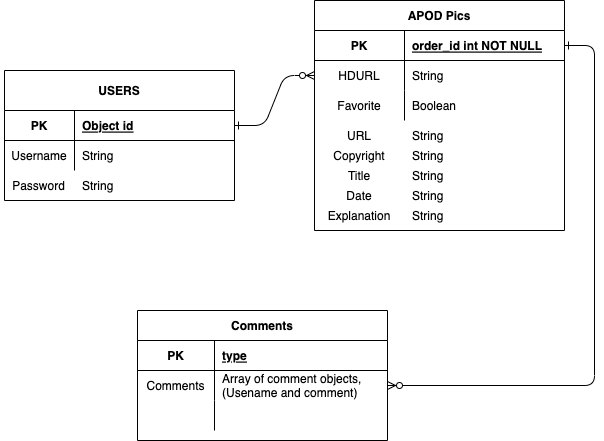
This is planning/ERD.png from nabbott98/spacr, a draw.io export, as it was before one commit. Source tidied: cells renumbered, new cells last; positions are measured from the earlier drawing's top-left corner, leaving out a move shared by most shapes.
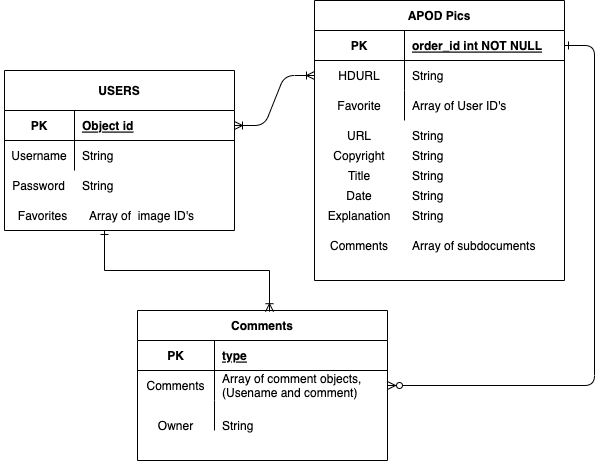
The same diagram one commit later.

What changed in the source:
```diff
@@ -2,14 +2,14 @@
   <root>
     <mxCell id="0" />
     <mxCell id="1" parent="0" />
-    <mxCell id="2" style="edgeStyle=entityRelationEdgeStyle;endArrow=ERzeroToMany;startArrow=ERone;endFill=1;startFill=0;" parent="1" edge="1" source="25" target="8">
+    <mxCell id="2" style="edgeStyle=entityRelationEdgeStyle;endArrow=ERoneToMany;startArrow=ERoneToMany;endFill=0;startFill=0;" parent="1" edge="1" source="25" target="8">
       <mxGeometry relative="1" as="geometry" />
     </mxCell>
     <mxCell id="3" style="edgeStyle=entityRelationEdgeStyle;endArrow=ERzeroToMany;startArrow=ERone;endFill=1;startFill=0;" parent="1" edge="1" source="5" target="18">
       <mxGeometry relative="1" as="geometry" />
     </mxCell>
     <mxCell id="4" value="APOD Pics" style="shape=table;startSize=30;rowLines=0;fontStyle=1;align=center;" parent="1" vertex="1">
-      <mxGeometry x="314" width="250" height="230" as="geometry" />
+      <mxGeometry x="314" width="250" height="280" as="geometry" />
     </mxCell>
     <mxCell id="5" style="shape=partialRectangle;fillColor=none;points=[[0,0.5],[1,0.5]];portConstraint=eastwest;top=0;left=0;right=0;bottom=1;" parent="4" vertex="1">
       <mxGeometry y="30" width="250" height="30" as="geometry" />
@@ -35,11 +35,11 @@
     <mxCell id="12" value="Favorite" style="shape=partialRectangle;overflow=hidden;fillColor=none;top=0;left=0;bottom=0;right=0;" parent="11" vertex="1">
       <mxGeometry width="90" height="30" as="geometry" />
     </mxCell>
-    <mxCell id="13" value="Boolean" style="shape=partialRectangle;overflow=hidden;fillColor=none;top=0;left=0;bottom=0;right=0;align=left;spacingLeft=6;" parent="11" vertex="1">
+    <mxCell id="13" value="Array of User ID's" style="shape=partialRectangle;overflow=hidden;fillColor=none;top=0;left=0;bottom=0;right=0;align=left;spacingLeft=6;" parent="11" vertex="1">
       <mxGeometry x="90" width="160" height="30" as="geometry" />
     </mxCell>
     <mxCell id="14" value="Comments" style="shape=table;startSize=30;rowLines=0;fontStyle=1;align=center;" parent="1" vertex="1">
-      <mxGeometry x="137" y="310" width="250" height="130" as="geometry" />
+      <mxGeometry x="137" y="310" width="250" height="150" as="geometry" />
     </mxCell>
     <mxCell id="15" style="shape=partialRectangle;fillColor=none;top=0;left=0;right=0;bottom=1;" parent="14" vertex="1">
       <mxGeometry y="30" width="250" height="30" as="geometry" />
@@ -69,7 +69,7 @@
       <mxGeometry x="77" width="173" height="30" as="geometry" />
     </mxCell>
     <mxCell id="24" value="USERS" style="shape=table;startSize=40;rowLines=0;fontStyle=1;align=center;" parent="1" vertex="1">
-      <mxGeometry x="4" y="70" width="230" height="130" as="geometry" />
+      <mxGeometry x="4" y="70" width="230" height="160" as="geometry" />
     </mxCell>
     <mxCell id="25" style="shape=partialRectangle;fillColor=none;points=[[0,0.5],[1,0.5]];portConstraint=eastwest;top=0;left=0;right=0;bottom=1;" parent="24" vertex="1">
       <mxGeometry y="40" width="230" height="30" as="geometry" />
@@ -128,5 +128,32 @@
     <mxCell id="43" style="shape=partialRectangle;overflow=hidden;fillColor=none;top=0;left=0;bottom=0;right=0;" parent="1" vertex="1">
       <mxGeometry x="137" y="400" width="77" height="30" as="geometry" />
     </mxCell>
+    <mxCell id="44" style="edgeStyle=orthogonalEdgeStyle;fontSize=12;html=1;endArrow=ERoneToMany;rounded=0;entryX=0.528;entryY=0.008;entryDx=0;entryDy=0;entryPerimeter=0;startArrow=ERone;startFill=0;" parent="1" edge="1" target="14">
+      <mxGeometry relative="1" as="geometry">
+        <mxPoint x="104" y="230" as="sourcePoint" />
+        <Array as="points">
+          <mxPoint x="104" y="270" />
+          <mxPoint x="269" y="270" />
+        </Array>
+      </mxGeometry>
+    </mxCell>
+    <mxCell id="45" value="Owner" style="shape=partialRectangle;overflow=hidden;fillColor=none;top=0;left=0;bottom=0;right=0;" parent="1" vertex="1">
+      <mxGeometry x="137" y="410" width="77" height="30" as="geometry" />
+    </mxCell>
+    <mxCell id="46" value="String" style="shape=partialRectangle;overflow=hidden;fillColor=none;top=0;left=0;bottom=0;right=0;align=left;spacingLeft=6;" parent="1" vertex="1">
+      <mxGeometry x="214" y="410" width="173" height="30" as="geometry" />
+    </mxCell>
+    <mxCell id="47" value="Favorites" style="shape=partialRectangle;overflow=hidden;fillColor=none;top=0;left=0;bottom=0;right=0;" parent="1" vertex="1">
+      <mxGeometry x="4" y="200" width="77" height="30" as="geometry" />
+    </mxCell>
+    <mxCell id="48" value="Array of  image ID's" style="shape=partialRectangle;overflow=hidden;fillColor=none;top=0;left=0;bottom=0;right=0;align=left;spacingLeft=6;" parent="1" vertex="1">
+      <mxGeometry x="81" y="200" width="123" height="30" as="geometry" />
+    </mxCell>
+    <mxCell id="49" value="Comments" style="shape=partialRectangle;overflow=hidden;fillColor=none;top=0;left=0;bottom=0;right=0;" parent="1" vertex="1">
+      <mxGeometry x="314" y="230" width="90" height="30" as="geometry" />
+    </mxCell>
+    <mxCell id="50" value="Array of subdocuments" style="shape=partialRectangle;overflow=hidden;fillColor=none;top=0;left=0;bottom=0;right=0;align=left;spacingLeft=6;" parent="1" vertex="1">
+      <mxGeometry x="404" y="230" width="160" height="30" as="geometry" />
+    </mxCell>
   </root>
 </mxGraphModel>
```
